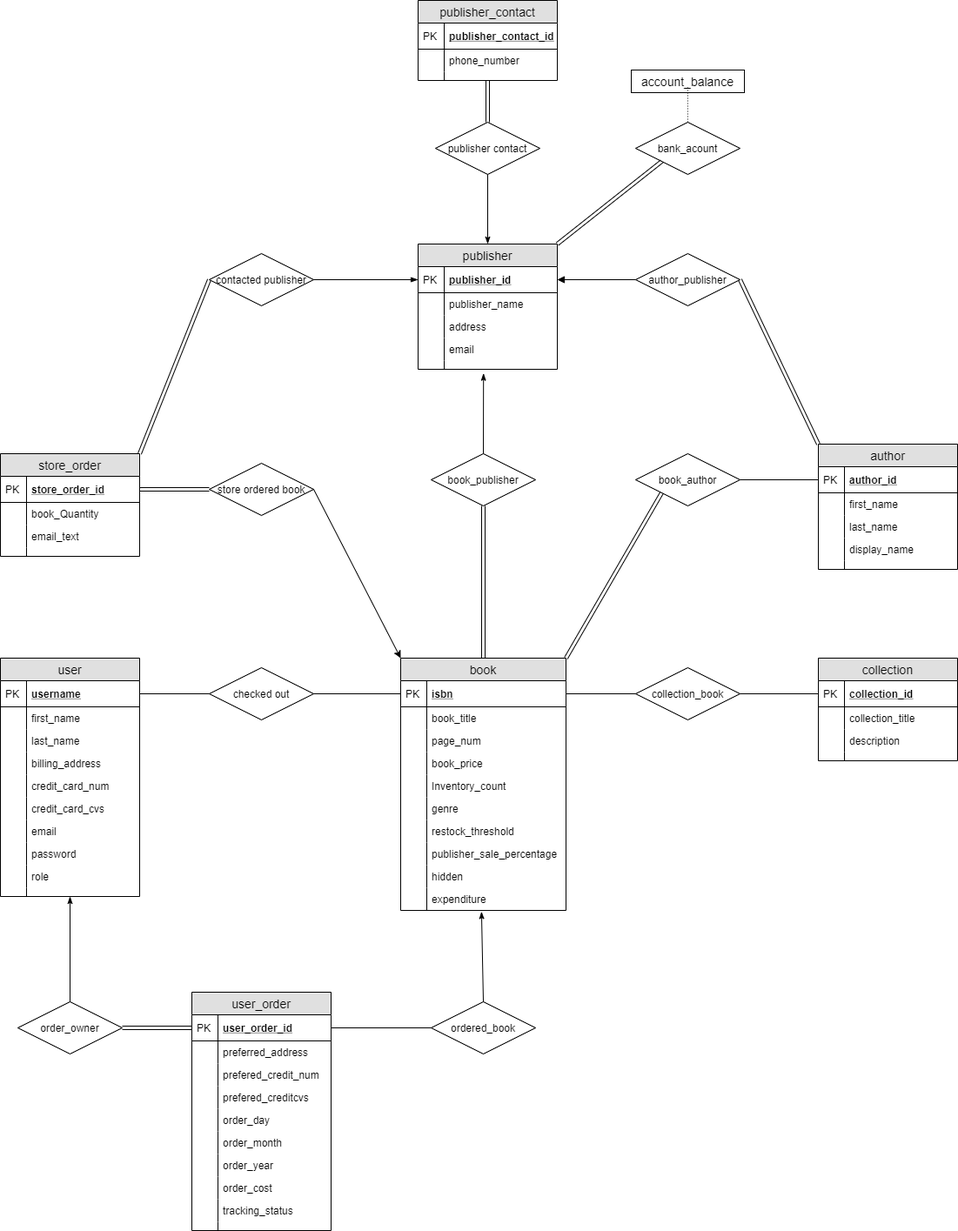
This is docs/erd.png from DarkHorse0311/BookStore_golang_react, a draw.io export, as it was before one commit. Source tidied: cells renumbered, new cells last; positions are measured from the earlier drawing's top-left corner, leaving out a move shared by most shapes.
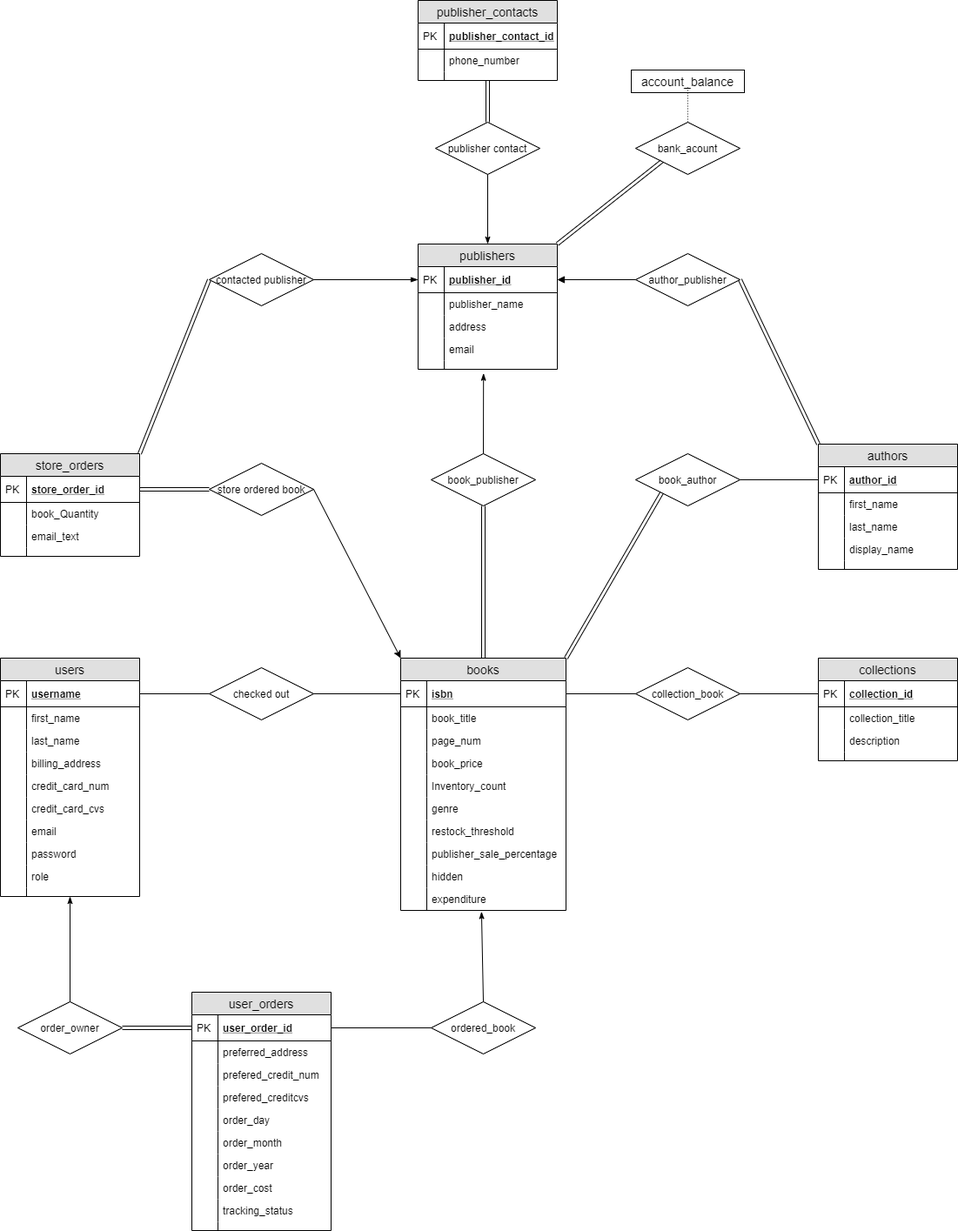
After the change.

What changed in the source:
```diff
@@ -2,7 +2,7 @@
   <root>
     <mxCell id="0" />
     <mxCell id="1" parent="0" />
-    <mxCell id="2" value="book" style="swimlane;fontStyle=0;horizontal=1;startSize=26;fillColor=#e0e0e0;swimlaneFillColor=#ffffff;align=center;fontSize=14;" parent="1" vertex="1">
+    <mxCell id="2" value="books" style="swimlane;fontStyle=0;horizontal=1;startSize=26;fillColor=#e0e0e0;swimlaneFillColor=#ffffff;align=center;fontSize=14;" parent="1" vertex="1">
       <mxGeometry x="460" y="756" width="190" height="290" as="geometry" />
     </mxCell>
     <mxCell id="3" value="isbn" style="shape=partialRectangle;top=0;left=0;right=0;bottom=1;align=left;verticalAlign=middle;fillColor=none;spacingLeft=34;spacingRight=4;overflow=hidden;points=[[0,0.5],[1,0.5]];portConstraint=eastwest;fontStyle=5;fontSize=12;" parent="2" vertex="1">
@@ -65,7 +65,7 @@
     <mxCell id="22" style="shape=partialRectangle;top=0;left=0;bottom=0;fillColor=none;align=left;verticalAlign=top;spacingLeft=4;spacingRight=4;overflow=hidden;fontSize=12;" parent="21" vertex="1">
       <mxGeometry width="30" height="26" as="geometry" />
     </mxCell>
-    <mxCell id="23" value="user_order" style="swimlane;fontStyle=0;horizontal=1;startSize=26;fillColor=#e0e0e0;swimlaneFillColor=#ffffff;align=center;fontSize=14;" parent="1" vertex="1">
+    <mxCell id="23" value="user_orders" style="swimlane;fontStyle=0;horizontal=1;startSize=26;fillColor=#e0e0e0;swimlaneFillColor=#ffffff;align=center;fontSize=14;" parent="1" vertex="1">
       <mxGeometry x="220" y="1140" width="160" height="274" as="geometry" />
     </mxCell>
     <mxCell id="24" value="user_order_id" style="shape=partialRectangle;top=0;left=0;right=0;bottom=1;align=left;verticalAlign=middle;fillColor=none;spacingLeft=34;spacingRight=4;overflow=hidden;points=[[0,0.5],[1,0.5]];portConstraint=eastwest;fontStyle=5;fontSize=12;" parent="23" vertex="1">
@@ -140,7 +140,7 @@
     <mxCell id="47" value="collection_book" style="shape=rhombus;perimeter=rhombusPerimeter;whiteSpace=wrap;html=1;align=center;" parent="1" vertex="1">
       <mxGeometry x="730" y="767" width="120" height="60" as="geometry" />
     </mxCell>
-    <mxCell id="48" value="collection" style="swimlane;fontStyle=0;horizontal=1;startSize=26;fillColor=#e0e0e0;swimlaneFillColor=#ffffff;align=center;fontSize=14;" parent="1" vertex="1">
+    <mxCell id="48" value="collections" style="swimlane;fontStyle=0;horizontal=1;startSize=26;fillColor=#e0e0e0;swimlaneFillColor=#ffffff;align=center;fontSize=14;" parent="1" vertex="1">
       <mxGeometry x="940" y="756" width="160" height="118" as="geometry" />
     </mxCell>
     <mxCell id="49" value="collection_id" style="shape=partialRectangle;top=0;left=0;right=0;bottom=1;align=left;verticalAlign=middle;fillColor=none;spacingLeft=34;spacingRight=4;overflow=hidden;points=[[0,0.5],[1,0.5]];portConstraint=eastwest;fontStyle=5;fontSize=12;" parent="48" vertex="1">
@@ -173,7 +173,7 @@
     <mxCell id="58" style="endArrow=none;html=1;rounded=0;exitX=1;exitY=0.5;exitDx=0;exitDy=0;entryX=0;entryY=0.5;entryDx=0;entryDy=0;" parent="1" edge="1" source="47" target="49">
       <mxGeometry relative="1" as="geometry" />
     </mxCell>
-    <mxCell id="59" value="user" style="swimlane;fontStyle=0;horizontal=1;startSize=26;fillColor=#e0e0e0;swimlaneFillColor=#ffffff;align=center;fontSize=14;" parent="1" vertex="1">
+    <mxCell id="59" value="users" style="swimlane;fontStyle=0;horizontal=1;startSize=26;fillColor=#e0e0e0;swimlaneFillColor=#ffffff;align=center;fontSize=14;" parent="1" vertex="1">
       <mxGeometry y="756" width="160" height="274" as="geometry" />
     </mxCell>
     <mxCell id="60" value="username" style="shape=partialRectangle;top=0;left=0;right=0;bottom=1;align=left;verticalAlign=middle;fillColor=none;spacingLeft=34;spacingRight=4;overflow=hidden;points=[[0,0.5],[1,0.5]];portConstraint=eastwest;fontStyle=5;fontSize=12;" parent="59" vertex="1">
@@ -245,7 +245,7 @@
     <mxCell id="82" style="endArrow=none;html=1;entryX=0;entryY=0.5;entryDx=0;entryDy=0;exitX=1;exitY=0.5;exitDx=0;exitDy=0;" parent="1" edge="1" source="80" target="84">
       <mxGeometry relative="1" as="geometry" />
     </mxCell>
-    <mxCell id="83" value="author" style="swimlane;fontStyle=0;horizontal=1;startSize=26;fillColor=#e0e0e0;swimlaneFillColor=#ffffff;align=center;fontSize=14;" parent="1" vertex="1">
+    <mxCell id="83" value="authors" style="swimlane;fontStyle=0;horizontal=1;startSize=26;fillColor=#e0e0e0;swimlaneFillColor=#ffffff;align=center;fontSize=14;" parent="1" vertex="1">
       <mxGeometry x="940" y="510" width="160" height="144" as="geometry" />
     </mxCell>
     <mxCell id="84" value="author_id" style="shape=partialRectangle;top=0;left=0;right=0;bottom=1;align=left;verticalAlign=middle;fillColor=none;spacingLeft=34;spacingRight=4;overflow=hidden;points=[[0,0.5],[1,0.5]];portConstraint=eastwest;fontStyle=5;fontSize=12;" parent="83" vertex="1">
@@ -287,7 +287,7 @@
     <mxCell id="96" style="endArrow=classicThin;html=1;entryX=0.47;entryY=1.465;entryDx=0;entryDy=0;entryPerimeter=0;exitX=0.5;exitY=0;exitDx=0;exitDy=0;endFill=1;" parent="1" edge="1" source="94" target="106">
       <mxGeometry relative="1" as="geometry" />
     </mxCell>
-    <mxCell id="97" value="publisher" style="swimlane;fontStyle=0;horizontal=1;startSize=26;fillColor=#e0e0e0;swimlaneFillColor=#ffffff;align=center;fontSize=14;" parent="1" vertex="1">
+    <mxCell id="97" value="publishers" style="swimlane;fontStyle=0;horizontal=1;startSize=26;fillColor=#e0e0e0;swimlaneFillColor=#ffffff;align=center;fontSize=14;" parent="1" vertex="1">
       <mxGeometry x="480" y="280" width="160" height="144" as="geometry" />
     </mxCell>
     <mxCell id="98" value="publisher_id" style="shape=partialRectangle;top=0;left=0;right=0;bottom=1;align=left;verticalAlign=middle;fillColor=none;spacingLeft=34;spacingRight=4;overflow=hidden;points=[[0,0.5],[1,0.5]];portConstraint=eastwest;fontStyle=5;fontSize=12;" parent="97" vertex="1">
@@ -353,7 +353,7 @@
     <mxCell id="118" style="endArrow=classic;html=1;rounded=0;entryX=0;entryY=0;entryDx=0;entryDy=0;exitX=1;exitY=0.5;exitDx=0;exitDy=0;endFill=1;" parent="1" edge="1" source="117" target="2">
       <mxGeometry relative="1" as="geometry" />
     </mxCell>
-    <mxCell id="119" value="store_order" style="swimlane;fontStyle=0;horizontal=1;startSize=26;fillColor=#e0e0e0;swimlaneFillColor=#ffffff;align=center;fontSize=14;" parent="1" vertex="1">
+    <mxCell id="119" value="store_orders" style="swimlane;fontStyle=0;horizontal=1;startSize=26;fillColor=#e0e0e0;swimlaneFillColor=#ffffff;align=center;fontSize=14;" parent="1" vertex="1">
       <mxGeometry y="521" width="160" height="118" as="geometry" />
     </mxCell>
     <mxCell id="120" value="store_order_id" style="shape=partialRectangle;top=0;left=0;right=0;bottom=1;align=left;verticalAlign=middle;fillColor=none;spacingLeft=34;spacingRight=4;overflow=hidden;points=[[0,0.5],[1,0.5]];portConstraint=eastwest;fontStyle=5;fontSize=12;" parent="119" vertex="1">
@@ -412,7 +412,7 @@
     <mxCell id="137" value="publisher contact" style="shape=rhombus;perimeter=rhombusPerimeter;whiteSpace=wrap;html=1;align=center;strokeColor=#000000;" parent="1" vertex="1">
       <mxGeometry x="500" y="140" width="120" height="60" as="geometry" />
     </mxCell>
-    <mxCell id="138" value="publisher_contact" style="swimlane;fontStyle=0;horizontal=1;startSize=26;fillColor=#e0e0e0;swimlaneFillColor=#ffffff;align=center;fontSize=14;" parent="1" vertex="1">
+    <mxCell id="138" value="publisher_contacts" style="swimlane;fontStyle=0;horizontal=1;startSize=26;fillColor=#e0e0e0;swimlaneFillColor=#ffffff;align=center;fontSize=14;" parent="1" vertex="1">
       <mxGeometry x="480" width="160" height="92" as="geometry" />
     </mxCell>
     <mxCell id="139" value="publisher_contact_id" style="shape=partialRectangle;top=0;left=0;right=0;bottom=1;align=left;verticalAlign=middle;fillColor=none;spacingLeft=34;spacingRight=4;overflow=hidden;fontStyle=5;fontSize=12;" parent="138" vertex="1">
```
